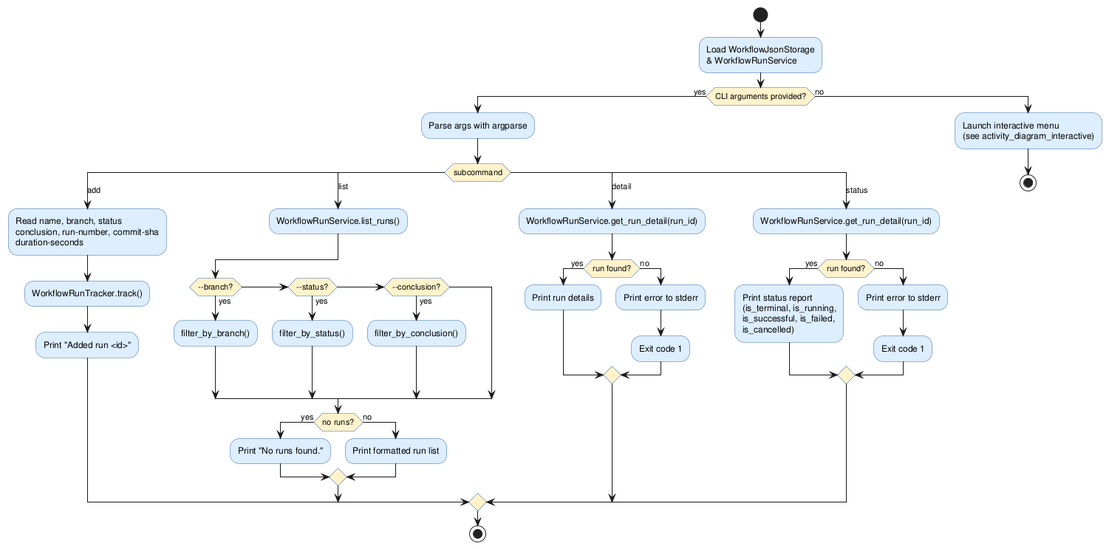
DanielRiha8906/Software_autoevolution_using_agents keeps this PlantUML diagram as experiments/supervisor_as_tools/user_stories/github-workflow-manager/artifacts/activity_diagram_main.png. Above is the earlier version.
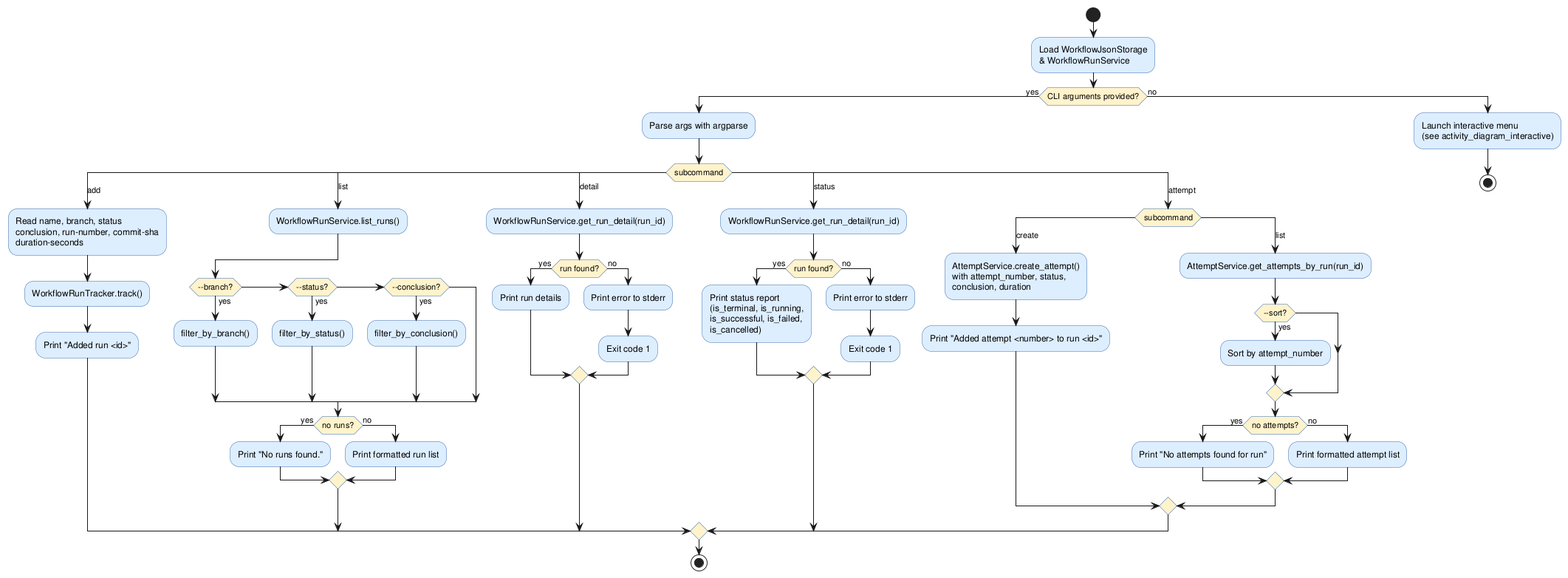
Later version of the same file.

Change to the diagram source:
```diff
@@ -50,6 +50,24 @@
         :Exit code 1;
       endif
 
+    case (attempt)
+      switch (subcommand)
+        case (create)
+          :AttemptService.create_attempt()\nwith attempt_number, status,\nconclusion, duration;
+          :Print "Added attempt <number> to run <id>";
+
+        case (list)
+          :AttemptService.get_attempts_by_run(run_id);
+          if (--sort?) then (yes)
+            :Sort by attempt_number;
+          endif
+          if (no attempts?) then (yes)
+            :Print "No attempts found for run";
+          else (no)
+            :Print formatted attempt list;
+          endif
+      endswitch
+
   endswitch
   stop
 
```
